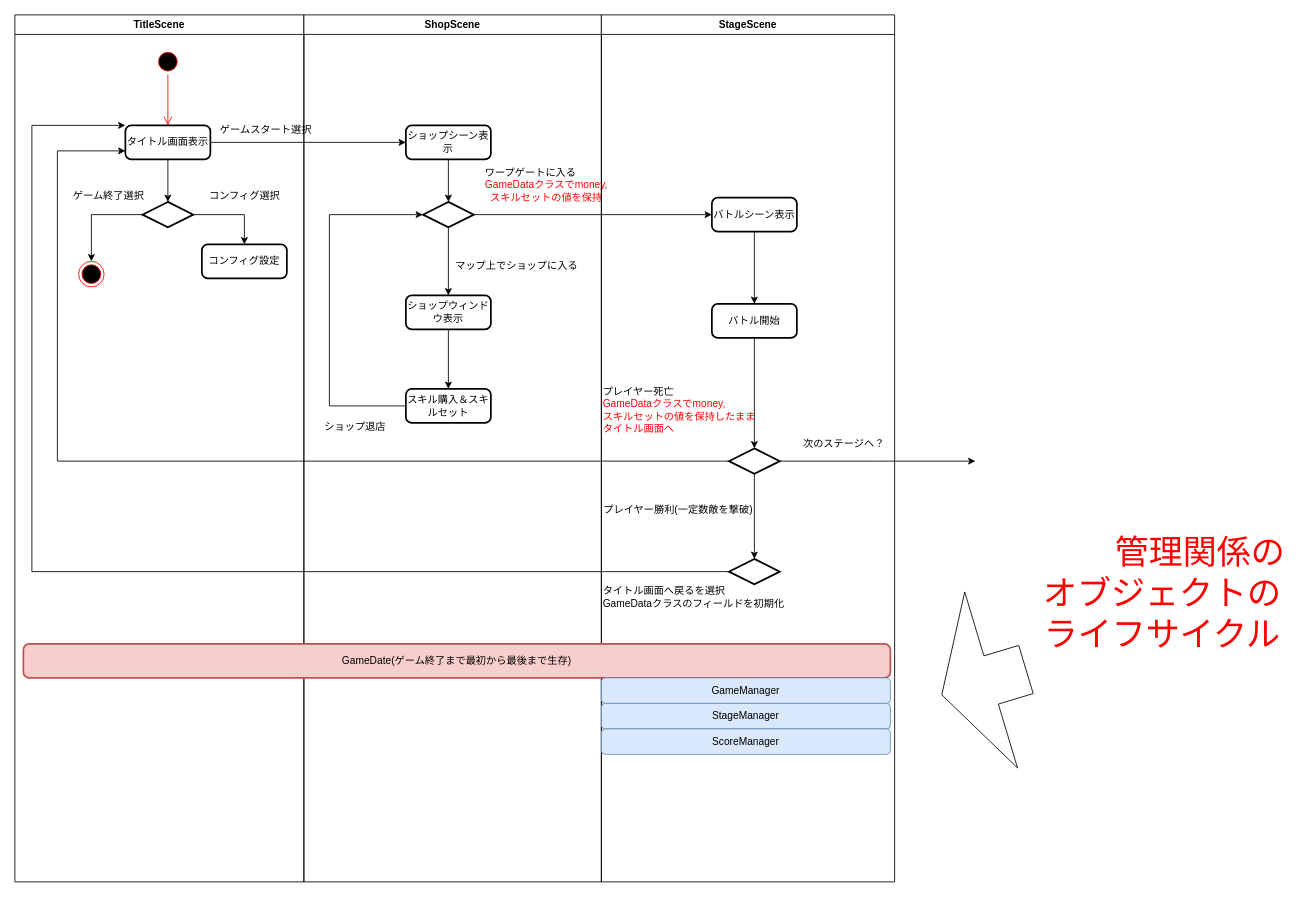
cat-yyy/myportfolio keeps this draw.io diagram as TeamBProject_Sceneflow.drawio. Above is the earlier version. Source tidied: cells renumbered, new cells numbered last; positions are measured from the earlier drawing's top-left corner, leaving out a move shared by most shapes. Both pictures are drawn from the tidied source at 85%, with x=0, y=0 at pixel (14, 14).
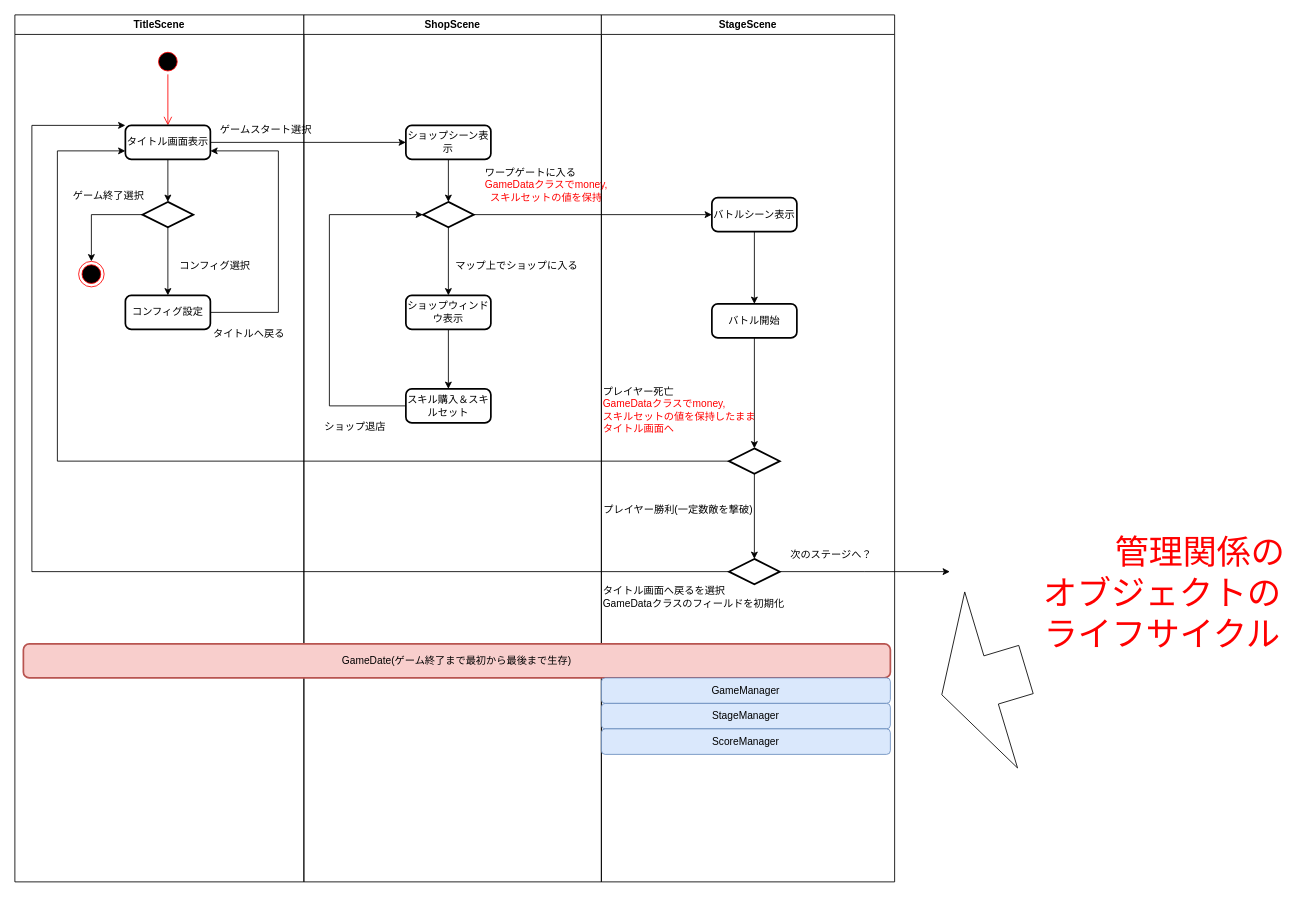
Above is the later version.

Commit message (it also covers changes not shown here):
TeamBProject_Sceneflow.drawio を更新します

Unchanged cells that the change refers to:
```xml
<mxCell id="2" value="TitleScene" style="swimlane;whiteSpace=wrap;html=1;" parent="1" vertex="1">
  <mxGeometry width="340" height="1020" as="geometry" />
</mxCell>
<mxCell id="6" value="タイトル画面表示" style="rounded=1;whiteSpace=wrap;html=1;absoluteArcSize=1;arcSize=14;strokeWidth=2;" parent="2" vertex="1">
  <mxGeometry x="130" y="130" width="100" height="40" as="geometry" />
</mxCell>
<mxCell id="9" style="strokeWidth=2;html=1;shape=mxgraph.flowchart.decision;whiteSpace=wrap;" parent="2" vertex="1">
  <mxGeometry x="150" y="220" width="60" height="30" as="geometry" />
</mxCell>
<mxCell id="28" value="StageScene" style="swimlane;whiteSpace=wrap;html=1;" parent="1" vertex="1">
  <mxGeometry x="690" width="345" height="1020" as="geometry" />
</mxCell>
<mxCell id="35" style="strokeWidth=2;html=1;shape=mxgraph.flowchart.decision;whiteSpace=wrap;" parent="28" vertex="1">
  <mxGeometry x="150" y="510" width="60" height="30" as="geometry" />
</mxCell>
<mxCell id="37" style="strokeWidth=2;html=1;shape=mxgraph.flowchart.decision;whiteSpace=wrap;" parent="28" vertex="1">
  <mxGeometry x="150" y="640" width="60" height="30" as="geometry" />
</mxCell>
```

The edit, as a diff of the source:
```diff
@@
-    <mxCell id="8" style="edgeStyle=orthogonalEdgeStyle;rounded=0;jettySize=auto;html=1;exitX=1;exitY=0.5;exitDx=0;exitDy=0;exitPerimeter=0;" parent="2" edge="1" source="9" target="10">
+    <mxCell id="8" style="edgeStyle=orthogonalEdgeStyle;rounded=0;jettySize=auto;html=1;exitX=0.5;exitY=1;exitDx=0;exitDy=0;exitPerimeter=0;entryX=0.5;entryY=0;entryDx=0;entryDy=0;" parent="2" edge="1" source="9" target="10">
       <mxGeometry relative="1" as="geometry" />
     </mxCell>
@@
+    <mxCell id="50" style="edgeStyle=orthogonalEdgeStyle;rounded=0;jettySize=auto;html=1;entryX=1;entryY=0.75;entryDx=0;entryDy=0;" parent="2" edge="1" source="10" target="6">
+      <mxGeometry relative="1" as="geometry">
+        <Array as="points">
+          <mxPoint x="310" y="350" />
+          <mxPoint x="310" y="160" />
+        </Array>
+      </mxGeometry>
+    </mxCell>
     <mxCell id="10" value="コンフィグ設定" style="rounded=1;whiteSpace=wrap;html=1;absoluteArcSize=1;arcSize=14;strokeWidth=2;" parent="2" vertex="1">
-      <mxGeometry x="220" y="270" width="100" height="40" as="geometry" />
+      <mxGeometry x="130" y="330" width="100" height="40" as="geometry" />
     </mxCell>
@@
     <mxCell id="14" value="コンフィグ選択" style="text;html=1;align=center;verticalAlign=middle;strokeColor=none;fillColor=none;" parent="2" vertex="1">
-      <mxGeometry x="215" y="198" width="110" height="30" as="geometry" />
+      <mxGeometry x="180" y="280" width="110" height="30" as="geometry" />
     </mxCell>
+    <mxCell id="51" value="タイトルへ戻る" style="text;html=1;align=center;verticalAlign=middle;strokeColor=none;fillColor=none;" parent="2" vertex="1">
+      <mxGeometry x="220" y="360" width="110" height="30" as="geometry" />
+    </mxCell>
@@
-    <mxCell id="33" style="edgeStyle=orthogonalEdgeStyle;rounded=0;jettySize=auto;html=1;" parent="28" edge="1" source="35">
-      <mxGeometry relative="1" as="geometry">
-        <mxPoint x="440" y="525" as="targetPoint" />
-      </mxGeometry>
-    </mxCell>
@@
+    <mxCell id="52" style="edgeStyle=orthogonalEdgeStyle;rounded=0;jettySize=auto;html=1;" parent="28" edge="1" source="37">
+      <mxGeometry relative="1" as="geometry">
+        <mxPoint x="410" y="655" as="targetPoint" />
+      </mxGeometry>
+    </mxCell>
@@
     <mxCell id="40" value="次のステージへ？" style="text;html=1;align=center;verticalAlign=middle;strokeColor=none;fillColor=none;" parent="28" vertex="1">
-      <mxGeometry x="225" y="490" width="120" height="30" as="geometry" />
+      <mxGeometry x="210" y="620" width="120" height="30" as="geometry" />
     </mxCell>
```
